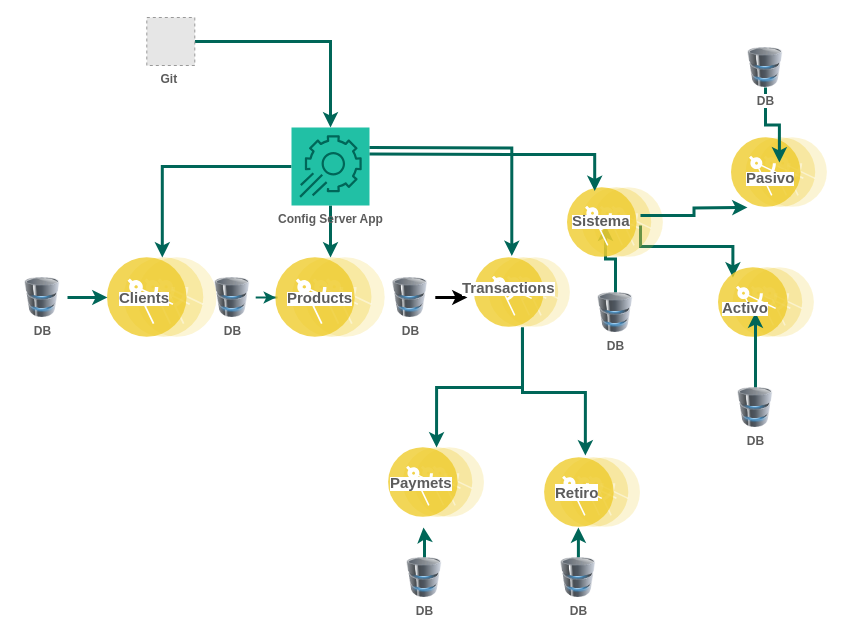
Before: Diagrama.drawio in yaliaga/Diagrama, a draw.io diagram. Source tidied: cells renumbered, new cells numbered last; positions are measured from the earlier drawing's top-left corner, leaving out a move shared by most shapes. Both pictures are drawn from the tidied source at 100%, with x=0, y=0 at pixel (17, 17). Pictures stored in the file or linked from it are replaced by grey dashed boxes.
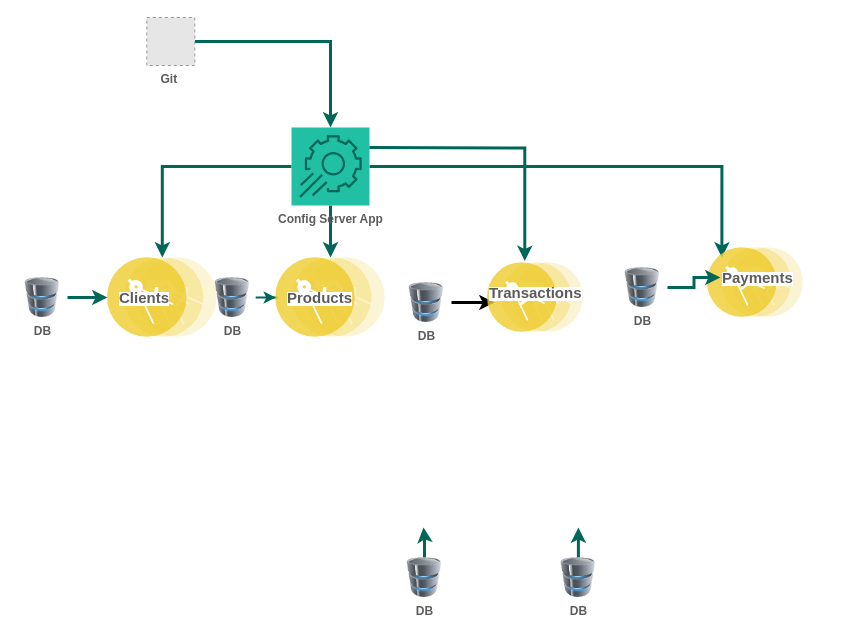
The same page after the edit.

Unchanged cells that the change refers to:
```xml
<mxCell id="11" value="Config Server App&lt;br&gt;" style="sketch=0;points=[[0,0,0],[0.25,0,0],[0.5,0,0],[0.75,0,0],[1,0,0],[0,1,0],[0.25,1,0],[0.5,1,0],[0.75,1,0],[1,1,0],[0,0.25,0],[0,0.5,0],[0,0.75,0],[1,0.25,0],[1,0.5,0],[1,0.75,0]];points=[[0,0,0],[0.25,0,0],[0.5,0,0],[0.75,0,0],[1,0,0],[0,1,0],[0.25,1,0],[0.5,1,0],[0.75,1,0],[1,1,0],[0,0.25,0],[0,0.5,0],[0,0.75,0],[1,0.25,0],[1,0.5,0],[1,0.75,0]];outlineConnect=0;gradientDirection=north;fillColor=#21C0A5;strokeColor=#006658;dashed=0;verticalLabelPosition=bottom;verticalAlign=top;align=center;html=1;fontSize=12;fontStyle=1;shape=mxgraph.aws4.resourceIcon;resIcon=mxgraph.aws4.app_config;labelBorderColor=none;fontColor=#5C5C5C;" parent="1" vertex="1">
  <mxGeometry x="274" y="110" width="78" height="78" as="geometry" />
</mxCell>
```

The edit, as a diff of the source:
```diff
@@
+    <mxCell id="45" style="edgeStyle=orthogonalEdgeStyle;rounded=0;jettySize=auto;html=1;entryX=0;entryY=0;entryDx=0;entryDy=0;strokeWidth=3;strokeColor=#006658;" parent="1" edge="1" source="11" target="33">
+      <mxGeometry relative="1" as="geometry" />
+    </mxCell>
@@
-    <mxCell id="13" style="perimeter=ellipsePerimeter;html=1;align=center;shadow=0;dashed=0;fontColor=#5C5C5C;fontSize=12;spacingTop=3;image;image=img/lib/ibm/applications/microservice.svg;labelBorderColor=none;fontStyle=1;fillColor=#21C0A5;strokeColor=#006658;" parent="1" vertex="1">
-      <mxGeometry x="371.1" y="430" width="95.9" height="70" as="geometry" />
-    </mxCell>
@@
     <mxCell id="17" value="DB" style="image;html=1;image=img/lib/clip_art/computers/Database_128x128.png;labelBorderColor=none;fontColor=#5C5C5C;fontStyle=1;fillColor=#21C0A5;strokeColor=#006658;" parent="1" vertex="1">
-      <mxGeometry x="367.8" y="260" width="50" height="40" as="geometry" />
+      <mxGeometry x="384" y="265" width="50" height="40" as="geometry" />
     </mxCell>
-    <mxCell id="18" style="edgeStyle=orthogonalEdgeStyle;rounded=0;jettySize=auto;html=1;fontSize=15;strokeColor=#006658;strokeWidth=3;" parent="1" edge="1" source="19" target="32">
-      <mxGeometry relative="1" as="geometry" />
-    </mxCell>
-    <mxCell id="19" value="DB" style="image;html=1;image=img/lib/clip_art/computers/Database_128x128.png;labelBorderColor=none;fontColor=#5C5C5C;fontStyle=1;fillColor=#21C0A5;strokeColor=#006658;" parent="1" vertex="1">
-      <mxGeometry x="573" y="275" width="50" height="40" as="geometry" />
-    </mxCell>
-    <mxCell id="20" style="edgeStyle=orthogonalEdgeStyle;rounded=0;jettySize=auto;html=1;fontSize=15;strokeWidth=3;strokeColor=#006658;" parent="1" edge="1" source="22" target="13">
-      <mxGeometry relative="1" as="geometry" />
-    </mxCell>
-    <mxCell id="21" style="edgeStyle=orthogonalEdgeStyle;rounded=0;jettySize=auto;html=1;entryX=0.425;entryY=-0.029;entryDx=0;entryDy=0;entryPerimeter=0;fontSize=15;strokeWidth=3;strokeColor=#006658;exitX=0.5;exitY=1;exitDx=0;exitDy=0;" parent="1" edge="1" source="22" target="33">
-      <mxGeometry relative="1" as="geometry" />
-    </mxCell>
     <mxCell id="22" style="perimeter=ellipsePerimeter;html=1;align=center;shadow=0;dashed=0;fontColor=#5C5C5C;fontSize=12;spacingTop=3;image;image=img/lib/ibm/applications/microservice.svg;labelBorderColor=none;fontStyle=1;fillColor=#21C0A5;strokeColor=#006658;" parent="1" vertex="1">
-      <mxGeometry x="457" y="240" width="95.9" height="70" as="geometry" />
+      <mxGeometry x="470" y="245" width="95.9" height="70" as="geometry" />
     </mxCell>
-    <mxCell id="23" style="edgeStyle=orthogonalEdgeStyle;rounded=0;jettySize=auto;html=1;fontSize=15;strokeColor=#006658;strokeWidth=3;entryX=0;entryY=0;entryDx=0;entryDy=0;exitX=1;exitY=1;exitDx=0;exitDy=0;" parent="1" edge="1" source="32" target="35">
-      <mxGeometry relative="1" as="geometry" />
-    </mxCell>
-    <mxCell id="24" style="perimeter=ellipsePerimeter;html=1;align=center;shadow=0;dashed=0;fontColor=#5C5C5C;fontSize=12;spacingTop=3;image;image=img/lib/ibm/applications/microservice.svg;labelBorderColor=none;fontStyle=1;fillColor=#21C0A5;strokeColor=#006658;" parent="1" vertex="1">
-      <mxGeometry x="550" y="170" width="95.9" height="70" as="geometry" />
-    </mxCell>
@@
-    <mxCell id="26" style="edgeStyle=orthogonalEdgeStyle;rounded=0;jettySize=auto;html=1;fontFamily=Helvetica;fontColor=#5C5C5C;strokeColor=#006658;entryX=0.25;entryY=0;entryDx=0;entryDy=0;strokeWidth=3;" parent="1" edge="1" target="24">
-      <mxGeometry relative="1" as="geometry">
-        <mxPoint x="352" y="136.6" as="sourcePoint" />
-      </mxGeometry>
-    </mxCell>
@@
-    <mxCell id="29" value="&lt;span style=&quot;color: rgb(92 , 92 , 92) ; font-family: &amp;#34;helvetica&amp;#34; ; font-style: normal ; font-weight: 700 ; letter-spacing: normal ; text-align: center ; text-indent: 0px ; text-transform: none ; word-spacing: 0px ; background-color: rgb(255 , 255 , 255) ; display: inline ; float: none&quot;&gt;&lt;font style=&quot;font-size: 15px&quot;&gt;Paymets&lt;/font&gt;&lt;/span&gt;" style="text;whiteSpace=wrap;html=1;" parent="1" vertex="1">
-      <mxGeometry x="371.1" y="450" width="70" height="30" as="geometry" />
-    </mxCell>
     <mxCell id="30" value="&lt;span style=&quot;color: rgb(92 , 92 , 92) ; font-family: &amp;#34;helvetica&amp;#34; ; font-style: normal ; font-weight: 700 ; letter-spacing: normal ; text-align: center ; text-indent: 0px ; text-transform: none ; word-spacing: 0px ; background-color: rgb(255 , 255 , 255) ; display: inline ; float: none&quot;&gt;&lt;font style=&quot;font-size: 15px&quot;&gt;Transactions&lt;/font&gt;&lt;/span&gt;" style="text;whiteSpace=wrap;html=1;" parent="1" vertex="1">
-      <mxGeometry x="442.9" y="255" width="70" height="30" as="geometry" />
+      <mxGeometry x="470" y="260" width="70" height="30" as="geometry" />
     </mxCell>
-    <mxCell id="31" style="edgeStyle=orthogonalEdgeStyle;rounded=0;jettySize=auto;html=1;fontSize=15;strokeColor=#006658;strokeWidth=3;" parent="1" edge="1" source="32">
-      <mxGeometry relative="1" as="geometry">
-        <mxPoint x="730" y="190" as="targetPoint" />
-      </mxGeometry>
-    </mxCell>
-    <mxCell id="32" value="&lt;span style=&quot;color: rgb(92 , 92 , 92) ; font-family: &amp;#34;helvetica&amp;#34; ; font-style: normal ; font-weight: 700 ; letter-spacing: normal ; text-align: center ; text-indent: 0px ; text-transform: none ; word-spacing: 0px ; background-color: rgb(255 , 255 , 255) ; display: inline ; float: none&quot;&gt;&lt;font style=&quot;font-size: 15px&quot;&gt;Sistema&lt;/font&gt;&lt;/span&gt;" style="text;whiteSpace=wrap;html=1;" parent="1" vertex="1">
-      <mxGeometry x="553" y="188" width="70" height="20" as="geometry" />
-    </mxCell>
     <mxCell id="33" style="perimeter=ellipsePerimeter;html=1;align=center;shadow=0;dashed=0;fontColor=#5C5C5C;fontSize=12;spacingTop=3;image;image=img/lib/ibm/applications/microservice.svg;labelBorderColor=none;fontStyle=1;fillColor=#21C0A5;strokeColor=#006658;" parent="1" vertex="1">
-      <mxGeometry x="527.1" y="440" width="95.9" height="70" as="geometry" />
+      <mxGeometry x="690" y="230" width="95.9" height="70" as="geometry" />
     </mxCell>
-    <mxCell id="34" style="perimeter=ellipsePerimeter;html=1;align=center;shadow=0;dashed=0;fontColor=#5C5C5C;fontSize=12;spacingTop=3;image;image=img/lib/ibm/applications/microservice.svg;labelBorderColor=none;fontStyle=1;fillColor=#21C0A5;strokeColor=#006658;" parent="1" vertex="1">
-      <mxGeometry x="714" y="120" width="95.9" height="70" as="geometry" />
-    </mxCell>
-    <mxCell id="35" style="perimeter=ellipsePerimeter;html=1;align=center;shadow=0;dashed=0;fontColor=#5C5C5C;fontSize=12;spacingTop=3;image;image=img/lib/ibm/applications/microservice.svg;labelBorderColor=none;fontStyle=1;fillColor=#21C0A5;strokeColor=#006658;" parent="1" vertex="1">
-      <mxGeometry x="701" y="250" width="95.9" height="70" as="geometry" />
-    </mxCell>
-    <mxCell id="36" style="edgeStyle=orthogonalEdgeStyle;rounded=0;jettySize=auto;html=1;fontSize=15;strokeColor=#006658;strokeWidth=3;" parent="1" edge="1" source="37" target="41">
-      <mxGeometry relative="1" as="geometry" />
-    </mxCell>
-    <mxCell id="37" value="DB" style="image;html=1;image=img/lib/clip_art/computers/Database_128x128.png;labelBorderColor=none;fontColor=#5C5C5C;fontStyle=1;fillColor=#21C0A5;strokeColor=#006658;" parent="1" vertex="1">
-      <mxGeometry x="713" y="370" width="50" height="40" as="geometry" />
-    </mxCell>
-    <mxCell id="38" style="edgeStyle=orthogonalEdgeStyle;rounded=0;jettySize=auto;html=1;fontSize=15;strokeColor=#006658;strokeWidth=3;" parent="1" edge="1" source="39" target="40">
-      <mxGeometry relative="1" as="geometry" />
-    </mxCell>
-    <mxCell id="39" value="DB" style="image;html=1;image=img/lib/clip_art/computers/Database_128x128.png;labelBorderColor=none;fontColor=#5C5C5C;fontStyle=1;fillColor=#21C0A5;strokeColor=#006658;" parent="1" vertex="1">
-      <mxGeometry x="723" y="30" width="50" height="40" as="geometry" />
-    </mxCell>
-    <mxCell id="40" value="&lt;span style=&quot;color: rgb(92 , 92 , 92) ; font-family: &amp;#34;helvetica&amp;#34; ; font-style: normal ; font-weight: 700 ; letter-spacing: normal ; text-align: center ; text-indent: 0px ; text-transform: none ; word-spacing: 0px ; background-color: rgb(255 , 255 , 255) ; display: inline ; float: none&quot;&gt;&lt;font style=&quot;font-size: 15px&quot;&gt;Pasivo&lt;/font&gt;&lt;/span&gt;" style="text;whiteSpace=wrap;html=1;" parent="1" vertex="1">
-      <mxGeometry x="726.9" y="145" width="70" height="20" as="geometry" />
-    </mxCell>
-    <mxCell id="41" value="&lt;span style=&quot;color: rgb(92 , 92 , 92) ; font-family: &amp;#34;helvetica&amp;#34; ; font-style: normal ; font-weight: 700 ; letter-spacing: normal ; text-align: center ; text-indent: 0px ; text-transform: none ; word-spacing: 0px ; background-color: rgb(255 , 255 , 255) ; display: inline ; float: none&quot;&gt;&lt;font style=&quot;font-size: 15px&quot;&gt;Activo&lt;/font&gt;&lt;/span&gt;" style="text;whiteSpace=wrap;html=1;" parent="1" vertex="1">
-      <mxGeometry x="703" y="275" width="70" height="20" as="geometry" />
-    </mxCell>
-    <mxCell id="42" value="&lt;div style=&quot;text-align: center&quot;&gt;&lt;font color=&quot;#5c5c5c&quot; face=&quot;helvetica&quot;&gt;&lt;span style=&quot;font-size: 15px ; background-color: rgb(255 , 255 , 255)&quot;&gt;&lt;b&gt;Retiro&lt;/b&gt;&lt;/span&gt;&lt;/font&gt;&lt;/div&gt;" style="text;whiteSpace=wrap;html=1;" parent="1" vertex="1">
-      <mxGeometry x="535.9" y="460" width="70" height="30" as="geometry" />
-    </mxCell>
@@
+    <mxCell id="46" value="&lt;span style=&quot;color: rgb(92 , 92 , 92) ; font-family: &amp;#34;helvetica&amp;#34; ; font-style: normal ; font-weight: 700 ; letter-spacing: normal ; text-align: center ; text-indent: 0px ; text-transform: none ; word-spacing: 0px ; background-color: rgb(255 , 255 , 255) ; display: inline ; float: none&quot;&gt;&lt;font style=&quot;font-size: 15px&quot;&gt;Payments&lt;/font&gt;&lt;/span&gt;" style="text;whiteSpace=wrap;html=1;" parent="1" vertex="1">
+      <mxGeometry x="703" y="245" width="70" height="30" as="geometry" />
+    </mxCell>
+    <mxCell id="47" style="edgeStyle=orthogonalEdgeStyle;rounded=0;jettySize=auto;html=1;strokeColor=#006658;strokeWidth=3;" parent="1" edge="1" source="48" target="46">
+      <mxGeometry relative="1" as="geometry" />
+    </mxCell>
+    <mxCell id="48" value="DB" style="image;html=1;image=img/lib/clip_art/computers/Database_128x128.png;labelBorderColor=none;fontColor=#5C5C5C;fontStyle=1;fillColor=#21C0A5;strokeColor=#006658;" parent="1" vertex="1">
+      <mxGeometry x="600" y="250" width="50" height="40" as="geometry" />
+    </mxCell>
```
